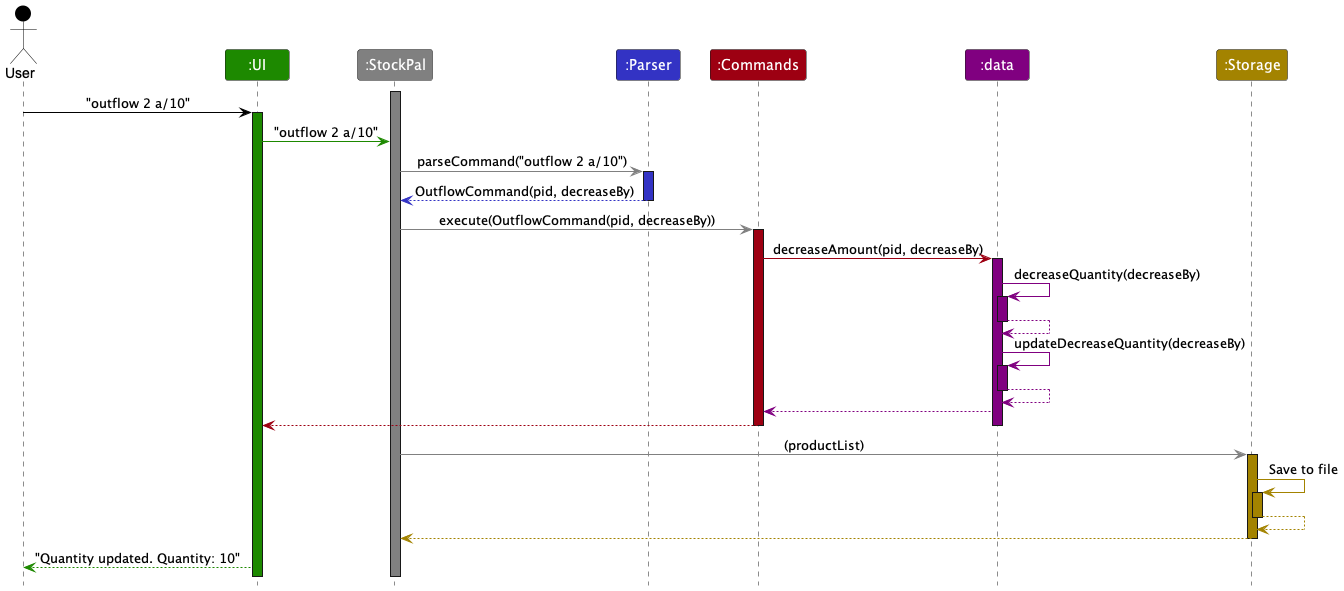
leongxingyu/tp keeps this PlantUML diagram as docs/images/OutflowCommandSequence.png. Above is the earlier version. The source it was exported from:
```plantuml
@startuml
!include style.puml
skinparam ArrowFontStyle plain

Actor User as user USER_COLOR
Participant ":UI" as ui UI_COLOR
Participant ":StockPal" as stockpal STOCKPAL_COLOR
Participant ":Parser" as parser PARSER_COLOR
Participant ":Commands" as commands COMMANDS_COLOR
Participant ":data" as data DATA_COLOR
Participant ":Storage" as storage STORAGE_COLOR

activate stockpal STOCKPAL_COLOR

user -[USER_COLOR]> ui : "outflow 2 a/10"
activate ui UI_COLOR

ui -[UI_COLOR]>stockpal : "outflow 2 a/10"

stockpal -[STOCKPAL_COLOR]> parser : parseCommand("outflow 2 a/10")
activate parser PARSER_COLOR

parser --[PARSER_COLOR]> stockpal : OutflowCommand(pid, decreaseBy)
deactivate parser

stockpal -[STOCKPAL_COLOR]> commands : execute(OutflowCommand(pid, decreaseBy))
activate commands COMMANDS_COLOR

commands -[COMMANDS_COLOR]> data : decreaseAmount(pid, decreaseBy)
activate data DATA_COLOR

data -[DATA_COLOR]> data : decreaseQuantity(decreaseBy)
activate data DATA_COLOR
data --[DATA_COLOR]> data
deactivate data

data -[DATA_COLOR]> data : updateDecreaseQuantity(decreaseBy)
activate data DATA_COLOR
data --[DATA_COLOR]> data
deactivate data

data --[DATA_COLOR]> commands

commands --[COMMANDS_COLOR]> ui

deactivate commands
deactivate data

stockpal -[STOCKPAL_COLOR]> storage : (productList)
activate storage STORAGE_COLOR
storage -[STORAGE_COLOR]> storage : Save to file
activate storage STORAGE_COLOR
storage --[STORAGE_COLOR]> storage
deactivate storage
storage --[STORAGE_COLOR]> stockpal
deactivate storage

ui --[UI_COLOR]> user : "Quantity updated. Quantity: 10"

@enduml
```
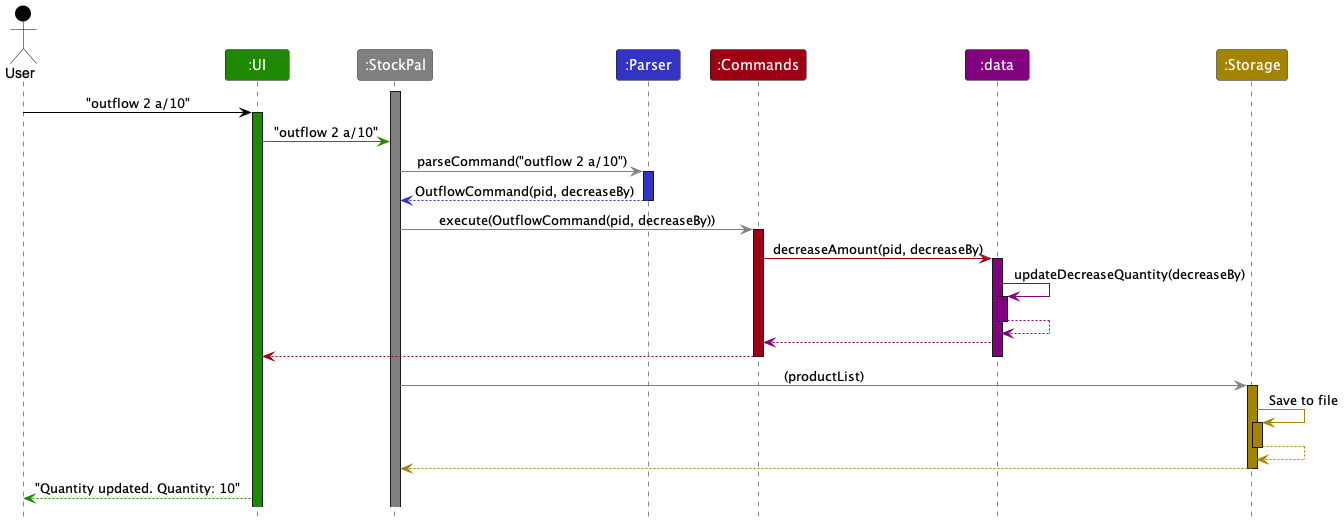
Later version of the same file.

Diff of the diagram source:
```diff
@@ -29,11 +29,6 @@
 commands -[COMMANDS_COLOR]> data : decreaseAmount(pid, decreaseBy)
 activate data DATA_COLOR
 
-data -[DATA_COLOR]> data : decreaseQuantity(decreaseBy)
-activate data DATA_COLOR
-data --[DATA_COLOR]> data
-deactivate data
-
 data -[DATA_COLOR]> data : updateDecreaseQuantity(decreaseBy)
 activate data DATA_COLOR
 data --[DATA_COLOR]> data
```
